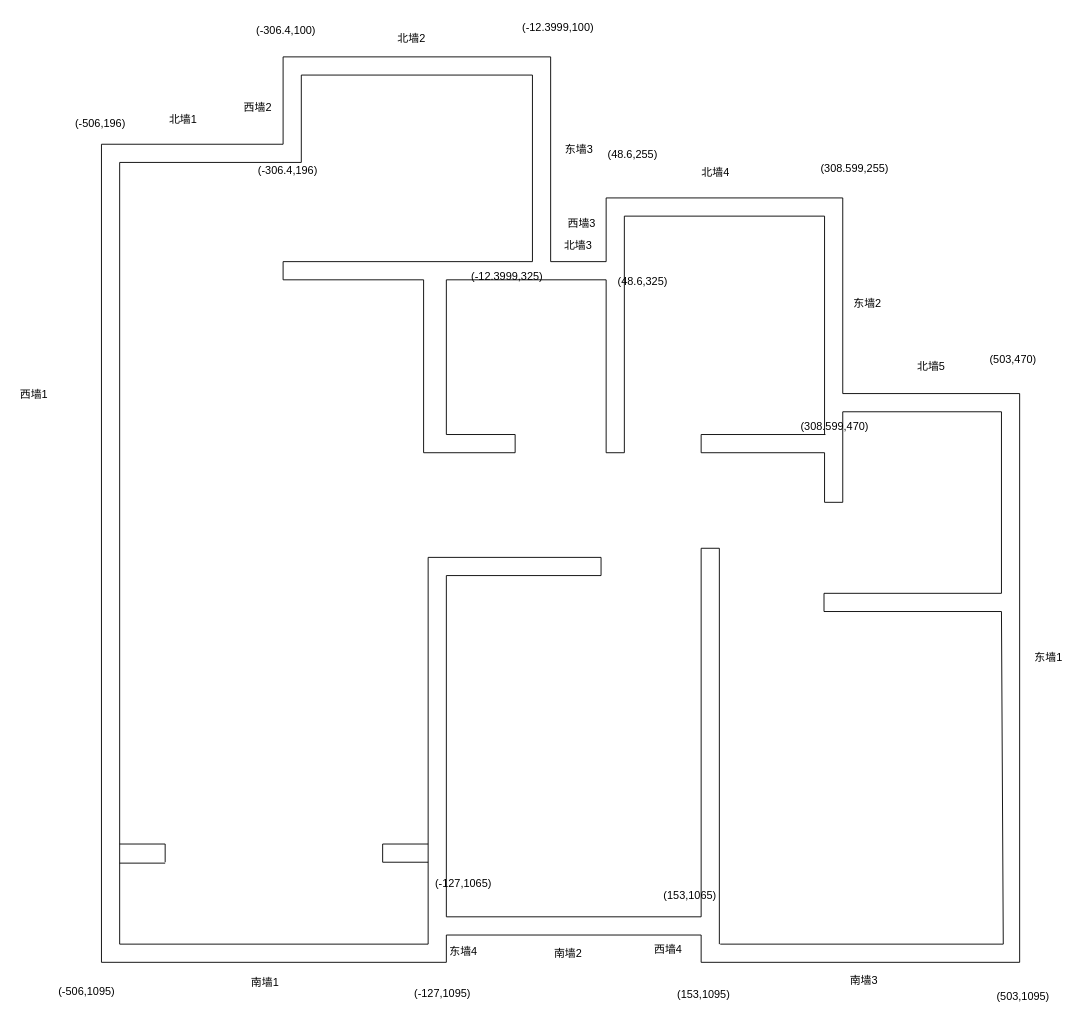
Above: 工具/Untitled Diagram.drawio in leexiaozheng/summary (draw.io), before the change. Source tidied: cells renumbered, new cells numbered last; positions are measured from the earlier drawing's top-left corner, leaving out a move shared by most shapes. Both pictures are drawn from the tidied source at 91%, with x=0, y=0 at pixel (15, 15).
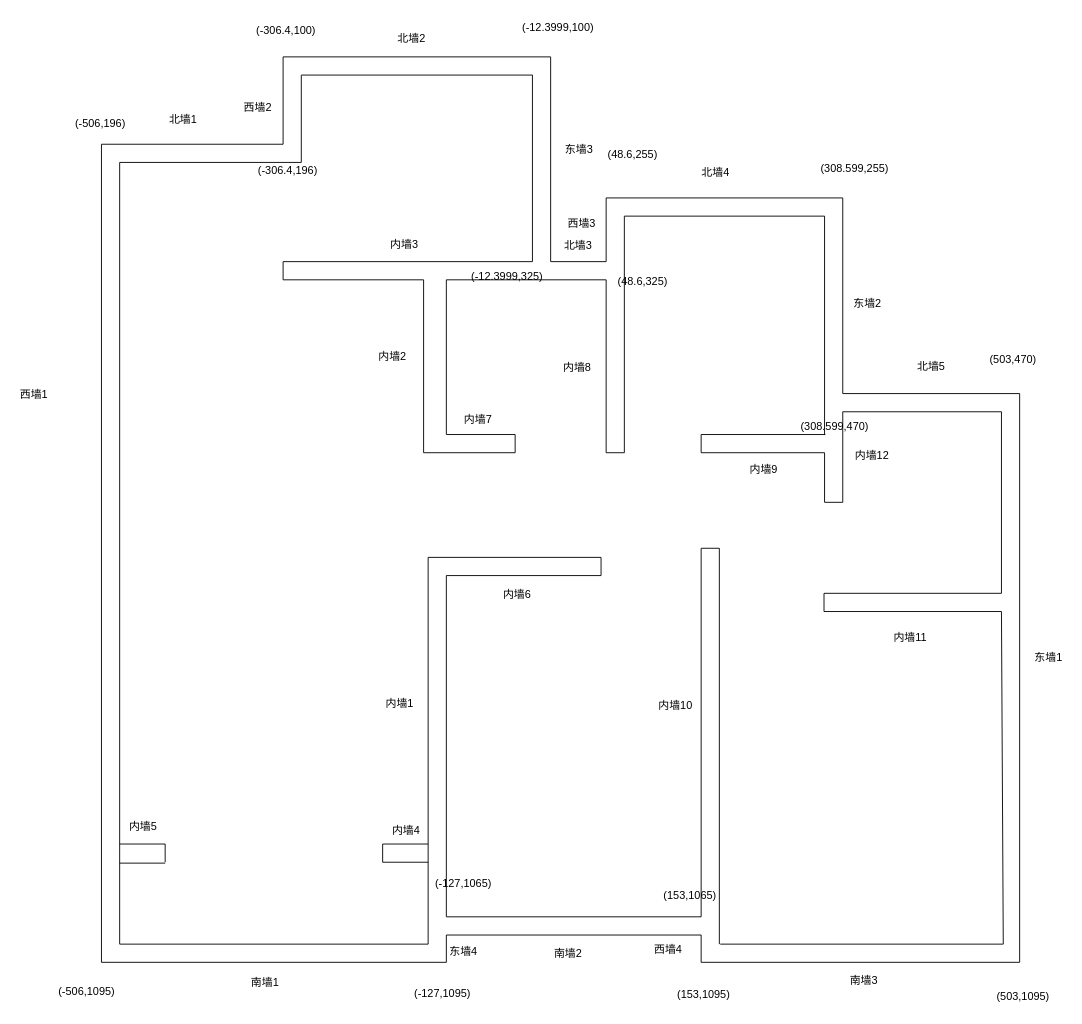
Above is the later version.

The edit, as a diff of the source:
```diff
@@
+    <mxCell id="98" value="内墙1" style="text;html=1;strokeColor=none;fillColor=none;align=center;verticalAlign=middle;whiteSpace=wrap;rounded=0;" parent="1" vertex="1">
+      <mxGeometry x="402" y="746" width="40" height="20" as="geometry" />
+    </mxCell>
+    <mxCell id="99" value="内墙3" style="text;html=1;strokeColor=none;fillColor=none;align=center;verticalAlign=middle;whiteSpace=wrap;rounded=0;" parent="1" vertex="1">
+      <mxGeometry x="407" y="241" width="40" height="20" as="geometry" />
+    </mxCell>
+    <mxCell id="100" value="内墙4" style="text;html=1;strokeColor=none;fillColor=none;align=center;verticalAlign=middle;whiteSpace=wrap;rounded=0;" parent="1" vertex="1">
+      <mxGeometry x="409" y="885" width="40" height="20" as="geometry" />
+    </mxCell>
+    <mxCell id="101" value="内墙2" style="text;html=1;strokeColor=none;fillColor=none;align=center;verticalAlign=middle;whiteSpace=wrap;rounded=0;" parent="1" vertex="1">
+      <mxGeometry x="394" y="365" width="40" height="20" as="geometry" />
+    </mxCell>
+    <mxCell id="102" value="内墙5" style="text;html=1;strokeColor=none;fillColor=none;align=center;verticalAlign=middle;whiteSpace=wrap;rounded=0;" parent="1" vertex="1">
+      <mxGeometry x="120" y="881" width="40" height="20" as="geometry" />
+    </mxCell>
+    <mxCell id="103" value="内墙6" style="text;html=1;strokeColor=none;fillColor=none;align=center;verticalAlign=middle;whiteSpace=wrap;rounded=0;" parent="1" vertex="1">
+      <mxGeometry x="531" y="626" width="40" height="20" as="geometry" />
+    </mxCell>
+    <mxCell id="104" value="内墙7" style="text;html=1;strokeColor=none;fillColor=none;align=center;verticalAlign=middle;whiteSpace=wrap;rounded=0;" parent="1" vertex="1">
+      <mxGeometry x="488" y="434" width="40" height="20" as="geometry" />
+    </mxCell>
+    <mxCell id="105" value="内墙8" style="text;html=1;strokeColor=none;fillColor=none;align=center;verticalAlign=middle;whiteSpace=wrap;rounded=0;" parent="1" vertex="1">
+      <mxGeometry x="597" y="377" width="40" height="20" as="geometry" />
+    </mxCell>
+    <mxCell id="106" value="内墙9" style="text;html=1;strokeColor=none;fillColor=none;align=center;verticalAlign=middle;whiteSpace=wrap;rounded=0;" parent="1" vertex="1">
+      <mxGeometry x="802" y="489" width="40" height="20" as="geometry" />
+    </mxCell>
+    <mxCell id="107" value="内墙11" style="text;html=1;strokeColor=none;fillColor=none;align=center;verticalAlign=middle;whiteSpace=wrap;rounded=0;" parent="1" vertex="1">
+      <mxGeometry x="963" y="673" width="40" height="20" as="geometry" />
+    </mxCell>
+    <mxCell id="108" value="内墙10" style="text;html=1;strokeColor=none;fillColor=none;align=center;verticalAlign=middle;whiteSpace=wrap;rounded=0;" parent="1" vertex="1">
+      <mxGeometry x="705" y="748" width="40" height="20" as="geometry" />
+    </mxCell>
+    <mxCell id="109" value="内墙12" style="text;html=1;strokeColor=none;fillColor=none;align=center;verticalAlign=middle;whiteSpace=wrap;rounded=0;" parent="1" vertex="1">
+      <mxGeometry x="921" y="473" width="40" height="20" as="geometry" />
+    </mxCell>
```
